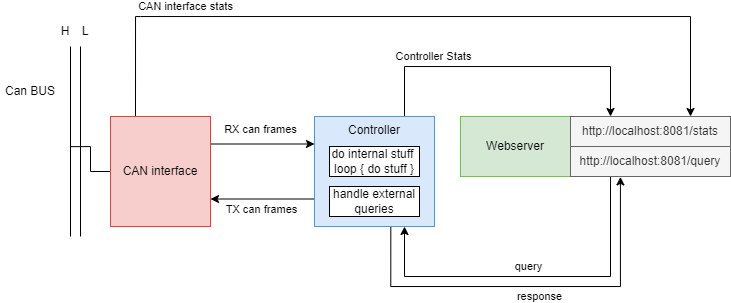
Above: arch.drawio.png in lucasdietrich/poc-rust-arch (draw.io), before the change. Source tidied: cells renumbered, new cells last; positions are measured from the earlier drawing's top-left corner, leaving out a move shared by most shapes.
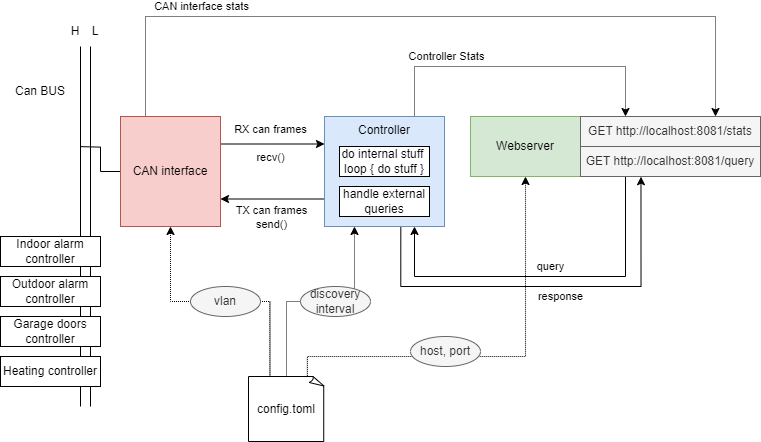
After the change.

Change to the diagram source:
```diff
@@ -7,7 +7,7 @@
         <mxPoint x="70" y="130.1" as="targetPoint" />
       </mxGeometry>
     </mxCell>
-    <mxCell id="3" style="edgeStyle=orthogonalEdgeStyle;rounded=0;jettySize=auto;html=1;exitX=0.25;exitY=0;exitDx=0;exitDy=0;entryX=0.75;entryY=0;entryDx=0;entryDy=0;startArrow=none;startFill=0;endArrow=classic;endFill=1;" parent="1" edge="1" source="6" target="18">
+    <mxCell id="3" style="edgeStyle=orthogonalEdgeStyle;rounded=0;jettySize=auto;html=1;exitX=0.25;exitY=0;exitDx=0;exitDy=0;entryX=0.75;entryY=0;entryDx=0;entryDy=0;startArrow=none;startFill=0;endArrow=classic;endFill=1;dashed=1;dashPattern=1 1;" parent="1" edge="1" source="6" target="18">
       <mxGeometry relative="1" as="geometry">
         <Array as="points">
           <mxPoint x="140" />
@@ -23,18 +23,23 @@
     <mxCell id="5" value="RX can frames" style="edgeStyle=orthogonalEdgeStyle;rounded=0;jettySize=auto;html=1;exitX=1;exitY=0.25;exitDx=0;exitDy=0;entryX=0;entryY=0.25;entryDx=0;entryDy=0;startArrow=none;startFill=0;endArrow=classic;endFill=1;" parent="1" edge="1" source="6" target="16">
       <mxGeometry x="-0.05" y="15" relative="1" as="geometry" />
     </mxCell>
+    <mxCell id="26" value="recv()" style="edgeLabel;html=1;align=center;verticalAlign=middle;" parent="5" vertex="1">
+      <mxGeometry x="-0.32" y="-2" relative="1" as="geometry">
+        <mxPoint x="15" y="11" as="offset" />
+      </mxGeometry>
+    </mxCell>
     <mxCell id="6" value="CAN interface" style="rounded=0;whiteSpace=wrap;html=1;fillColor=#f8cecc;strokeColor=#b85450;" parent="1" vertex="1">
       <mxGeometry x="110" y="100" width="100" height="110" as="geometry" />
     </mxCell>
     <mxCell id="7" style="endArrow=none;html=1;rounded=0;endFill=0;" parent="1" edge="1">
       <mxGeometry relative="1" as="geometry">
-        <mxPoint x="80" y="220" as="sourcePoint" />
+        <mxPoint x="80" y="390" as="sourcePoint" />
         <mxPoint x="80" y="30" as="targetPoint" />
       </mxGeometry>
     </mxCell>
     <mxCell id="8" style="endArrow=none;html=1;rounded=0;endFill=0;" parent="1" edge="1">
       <mxGeometry relative="1" as="geometry">
-        <mxPoint x="70" y="220" as="sourcePoint" />
+        <mxPoint x="70" y="390" as="sourcePoint" />
         <mxPoint x="70" y="30" as="targetPoint" />
       </mxGeometry>
     </mxCell>
@@ -47,11 +52,11 @@
     <mxCell id="11" value="L" style="text;html=1;strokeColor=none;fillColor=none;align=center;verticalAlign=middle;whiteSpace=wrap;rounded=0;" parent="1" vertex="1">
       <mxGeometry x="70" width="30" height="30" as="geometry" />
     </mxCell>
-    <mxCell id="12" style="edgeStyle=orthogonalEdgeStyle;rounded=0;jettySize=auto;html=1;exitX=0.75;exitY=0;exitDx=0;exitDy=0;entryX=0.25;entryY=0;entryDx=0;entryDy=0;startArrow=none;startFill=0;endArrow=classic;endFill=1;" parent="1" edge="1" source="16" target="18">
+    <mxCell id="12" style="edgeStyle=orthogonalEdgeStyle;rounded=0;jettySize=auto;html=1;exitX=0.75;exitY=0;exitDx=0;exitDy=0;entryX=0.25;entryY=0;entryDx=0;entryDy=0;startArrow=none;startFill=0;endArrow=classic;endFill=1;dashed=1;dashPattern=1 1;" parent="1" edge="1" source="16" target="18">
       <mxGeometry x="0.03" y="30" relative="1" as="geometry">
         <Array as="points">
           <mxPoint x="404" y="50" />
-          <mxPoint x="610" y="50" />
+          <mxPoint x="615" y="50" />
         </Array>
       </mxGeometry>
     </mxCell>
@@ -63,9 +68,9 @@
     <mxCell id="14" style="edgeStyle=orthogonalEdgeStyle;rounded=0;jettySize=auto;html=1;exitX=0;exitY=0.75;exitDx=0;exitDy=0;entryX=1;entryY=0.75;entryDx=0;entryDy=0;startArrow=none;startFill=0;endArrow=classic;endFill=1;" parent="1" edge="1" source="16" target="6">
       <mxGeometry relative="1" as="geometry" />
     </mxCell>
-    <mxCell id="15" value="TX can frames" style="edgeLabel;html=1;align=center;verticalAlign=middle;" parent="14" vertex="1">
+    <mxCell id="15" value="TX can frames&lt;br&gt;send()" style="edgeLabel;html=1;align=center;verticalAlign=middle;" parent="14" vertex="1">
       <mxGeometry x="0.26" y="-1" relative="1" as="geometry">
-        <mxPoint x="12" y="11" as="offset" />
+        <mxPoint x="12" y="19" as="offset" />
       </mxGeometry>
     </mxCell>
     <mxCell id="16" value="Controller" style="rounded=0;whiteSpace=wrap;html=1;fillColor=#dae8fc;strokeColor=#6c8ebf;verticalAlign=top;" parent="1" vertex="1">
@@ -74,36 +79,36 @@
     <mxCell id="17" value="Webserver" style="rounded=0;whiteSpace=wrap;html=1;fillColor=#d5e8d4;strokeColor=#82b366;" parent="1" vertex="1">
       <mxGeometry x="460" y="100" width="110" height="60" as="geometry" />
     </mxCell>
-    <mxCell id="18" value="http://localhost:8081/stats" style="rounded=0;whiteSpace=wrap;html=1;fillColor=#f5f5f5;strokeColor=#666666;fontColor=#333333;" parent="1" vertex="1">
-      <mxGeometry x="570" y="100" width="160" height="30" as="geometry" />
+    <mxCell id="18" value="GET http://localhost:8081/stats" style="rounded=0;whiteSpace=wrap;html=1;fillColor=#f5f5f5;strokeColor=#666666;fontColor=#333333;" parent="1" vertex="1">
+      <mxGeometry x="570" y="100" width="180" height="30" as="geometry" />
     </mxCell>
     <mxCell id="19" style="edgeStyle=orthogonalEdgeStyle;rounded=0;jettySize=auto;html=1;exitX=0.25;exitY=1;exitDx=0;exitDy=0;entryX=0.75;entryY=1;entryDx=0;entryDy=0;startArrow=none;startFill=0;endArrow=classic;endFill=1;" parent="1" edge="1" source="21" target="16">
       <mxGeometry relative="1" as="geometry">
         <Array as="points">
-          <mxPoint x="610" y="260" />
+          <mxPoint x="615" y="260" />
           <mxPoint x="404" y="260" />
         </Array>
       </mxGeometry>
     </mxCell>
     <mxCell id="20" value="query" style="edgeLabel;html=1;align=center;verticalAlign=middle;" parent="19" vertex="1">
       <mxGeometry x="0.12" relative="1" as="geometry">
-        <mxPoint x="16" y="-10" as="offset" />
+        <mxPoint x="26" y="-10" as="offset" />
       </mxGeometry>
     </mxCell>
-    <mxCell id="21" value="http://localhost:8081/query" style="rounded=0;whiteSpace=wrap;html=1;fillColor=#f5f5f5;strokeColor=#666666;fontColor=#333333;" parent="1" vertex="1">
-      <mxGeometry x="570" y="130" width="160" height="30" as="geometry" />
+    <mxCell id="21" value="GET http://localhost:8081/query" style="rounded=0;whiteSpace=wrap;html=1;fillColor=#f5f5f5;strokeColor=#666666;fontColor=#333333;" parent="1" vertex="1">
+      <mxGeometry x="570" y="130" width="180" height="30" as="geometry" />
     </mxCell>
-    <mxCell id="22" style="edgeStyle=orthogonalEdgeStyle;rounded=0;jettySize=auto;html=1;exitX=0.312;exitY=1.013;exitDx=0;exitDy=0;entryX=0.636;entryY=1.006;entryDx=0;entryDy=0;startArrow=classic;startFill=1;endArrow=none;endFill=0;entryPerimeter=0;exitPerimeter=0;" parent="1" edge="1" source="21" target="16">
+    <mxCell id="22" style="edgeStyle=orthogonalEdgeStyle;rounded=0;jettySize=auto;html=1;exitX=0.336;exitY=1.006;exitDx=0;exitDy=0;entryX=0.636;entryY=1.006;entryDx=0;entryDy=0;startArrow=classic;startFill=1;endArrow=none;endFill=0;entryPerimeter=0;exitPerimeter=0;" parent="1" edge="1" source="21" target="16">
       <mxGeometry relative="1" as="geometry">
         <Array as="points">
-          <mxPoint x="620" y="270" />
+          <mxPoint x="630" y="270" />
           <mxPoint x="390" y="270" />
         </Array>
       </mxGeometry>
     </mxCell>
     <mxCell id="23" value="response" style="edgeLabel;html=1;align=center;verticalAlign=middle;" parent="22" vertex="1">
       <mxGeometry x="0.12" relative="1" as="geometry">
-        <mxPoint x="31" y="10" as="offset" />
+        <mxPoint x="38" y="10" as="offset" />
       </mxGeometry>
     </mxCell>
     <mxCell id="24" value="do internal stuff&amp;nbsp;&lt;br&gt;loop { do stuff }" style="rounded=0;whiteSpace=wrap;html=1;" parent="1" vertex="1">
@@ -112,5 +117,43 @@
     <mxCell id="25" value="handle external queries" style="rounded=0;whiteSpace=wrap;html=1;" parent="1" vertex="1">
       <mxGeometry x="329" y="170" width="90" height="30" as="geometry" />
     </mxCell>
+    <mxCell id="27" style="edgeStyle=orthogonalEdgeStyle;rounded=0;jettySize=auto;html=1;exitX=0.282;exitY=0.002;exitDx=0;exitDy=0;entryX=0.5;entryY=1;entryDx=0;entryDy=0;dashed=1;dashPattern=1 1;exitPerimeter=0;" parent="1" edge="1" source="30" target="6">
+      <mxGeometry relative="1" as="geometry" />
+    </mxCell>
+    <mxCell id="28" style="edgeStyle=orthogonalEdgeStyle;rounded=0;jettySize=auto;html=1;exitX=0.5;exitY=0;exitDx=0;exitDy=0;entryX=0.25;entryY=1;entryDx=0;entryDy=0;dashed=1;dashPattern=1 1;exitPerimeter=0;" parent="1" edge="1" source="30" target="16">
+      <mxGeometry relative="1" as="geometry" />
+    </mxCell>
+    <mxCell id="29" style="edgeStyle=orthogonalEdgeStyle;rounded=0;jettySize=auto;html=1;entryX=0.5;entryY=1;entryDx=0;entryDy=0;dashed=1;dashPattern=1 1;exitX=0.775;exitY=-0.005;exitDx=0;exitDy=0;exitPerimeter=0;" parent="1" edge="1" source="30" target="17">
+      <mxGeometry relative="1" as="geometry">
+        <Array as="points">
+          <mxPoint x="297" y="340" />
+          <mxPoint x="515" y="340" />
+        </Array>
+      </mxGeometry>
+    </mxCell>
+    <mxCell id="30" value="config.toml" style="whiteSpace=wrap;html=1;shape=mxgraph.basic.document;" parent="1" vertex="1">
+      <mxGeometry x="238" y="360" width="76" height="65" as="geometry" />
+    </mxCell>
+    <mxCell id="31" value="vlan" style="ellipse;whiteSpace=wrap;html=1;fillColor=#f5f5f5;fontColor=#333333;strokeColor=#666666;" parent="1" vertex="1">
+      <mxGeometry x="180" y="270" width="70" height="30" as="geometry" />
+    </mxCell>
+    <mxCell id="32" value="discovery interval" style="ellipse;whiteSpace=wrap;html=1;fillColor=#f5f5f5;fontColor=#333333;strokeColor=#666666;" parent="1" vertex="1">
+      <mxGeometry x="290" y="270" width="70" height="30" as="geometry" />
+    </mxCell>
+    <mxCell id="33" value="host, port" style="ellipse;whiteSpace=wrap;html=1;fillColor=#f5f5f5;fontColor=#333333;strokeColor=#666666;" parent="1" vertex="1">
+      <mxGeometry x="400" y="320" width="70" height="30" as="geometry" />
+    </mxCell>
+    <mxCell id="34" value="Indoor alarm controller" style="rounded=0;whiteSpace=wrap;html=1;" parent="1" vertex="1">
+      <mxGeometry x="-10" y="220" width="100" height="30" as="geometry" />
+    </mxCell>
+    <mxCell id="35" value="Outdoor alarm controller" style="rounded=0;whiteSpace=wrap;html=1;" parent="1" vertex="1">
+      <mxGeometry x="-10" y="260" width="100" height="30" as="geometry" />
+    </mxCell>
+    <mxCell id="36" value="Garage doors controller" style="rounded=0;whiteSpace=wrap;html=1;" parent="1" vertex="1">
+      <mxGeometry x="-10" y="300" width="100" height="30" as="geometry" />
+    </mxCell>
+    <mxCell id="37" value="Heating controller" style="rounded=0;whiteSpace=wrap;html=1;" parent="1" vertex="1">
+      <mxGeometry x="-10" y="340" width="100" height="30" as="geometry" />
+    </mxCell>
   </root>
 </mxGraphModel>
```
